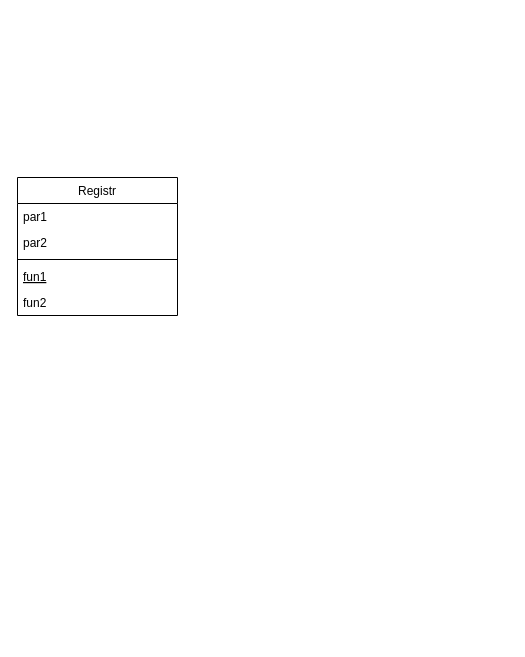
Earlier version of the draw.io diagram dokumentace/object_diagram.drawio (fiskusk/Synthesizer_control_PC). Source tidied: cells renumbered, new cells numbered last; positions are measured from the earlier drawing's top-left corner, leaving out a move shared by most shapes. Both pictures are drawn from the tidied source at 100%, with x=0, y=0 at pixel (17, 177).
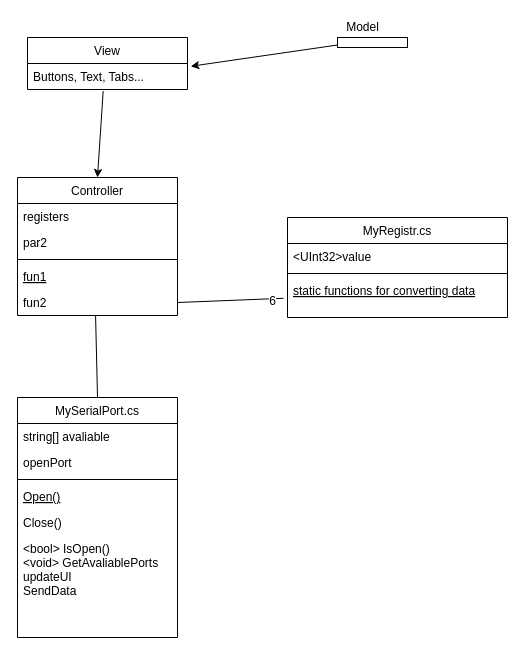
The same page after the edit.

Commit message:
edited object_diag_documentation

Unchanged cells that the change refers to:
```xml
<mxCell id="7" value="fun2" style="text;align=left;verticalAlign=top;spacingLeft=4;spacingRight=4;overflow=hidden;points=[[0,0.5],[1,0.5]];portConstraint=eastwest;" parent="2" vertex="1">
  <mxGeometry y="112" width="160" height="26" as="geometry" />
</mxCell>
```

The edit, as a diff of the source:
```diff
@@
-    <mxCell id="2" value="Registr" style="swimlane;fontStyle=0;align=center;verticalAlign=top;horizontal=1;startSize=26;rounded=0;shadow=0;strokeWidth=1;" parent="1" vertex="1">
+    <mxCell id="2" value="Controller" style="swimlane;fontStyle=0;align=center;verticalAlign=top;horizontal=1;startSize=26;rounded=0;shadow=0;strokeWidth=1;" parent="1" vertex="1">
       <mxGeometry width="160" height="138" as="geometry" />
     </mxCell>
-    <mxCell id="3" value="par1" style="text;align=left;verticalAlign=top;spacingLeft=4;spacingRight=4;overflow=hidden;" parent="2" vertex="1">
+    <mxCell id="3" value="registers" style="text;align=left;verticalAlign=top;spacingLeft=4;spacingRight=4;overflow=hidden;" parent="2" vertex="1">
       <mxGeometry y="26" width="160" height="26" as="geometry" />
     </mxCell>
@@
+    <mxCell id="8" value="View" style="swimlane;fontStyle=0;align=center;verticalAlign=top;horizontal=1;startSize=26;rounded=0;shadow=0;strokeWidth=1;" parent="1" vertex="1">
+      <mxGeometry x="10" y="-140" width="160" height="52" as="geometry" />
+    </mxCell>
+    <mxCell id="9" value="Buttons, Text, Tabs..." style="text;align=left;verticalAlign=top;spacingLeft=4;spacingRight=4;overflow=hidden;points=[[0,0.5],[1,0.5]];portConstraint=eastwest;" parent="8" vertex="1">
+      <mxGeometry y="26" width="160" height="26" as="geometry" />
+    </mxCell>
+    <mxCell id="10" style="endArrow=classic;html=1;exitX=0.473;exitY=1.062;exitDx=0;exitDy=0;exitPerimeter=0;entryX=0.5;entryY=0;entryDx=0;entryDy=0;" parent="1" edge="1" source="9" target="2">
+      <mxGeometry relative="1" as="geometry" />
+    </mxCell>
+    <mxCell id="11" style="rounded=0;whiteSpace=wrap;html=1;" parent="1" vertex="1">
+      <mxGeometry x="320" y="-140" width="70" height="10" as="geometry" />
+    </mxCell>
+    <mxCell id="12" value="Model" style="text;html=1;align=center;verticalAlign=middle;" parent="1" vertex="1">
+      <mxGeometry x="320" y="-160" width="50" height="20" as="geometry" />
+    </mxCell>
+    <mxCell id="13" style="endArrow=classic;html=1;entryX=1.02;entryY=0.108;entryDx=0;entryDy=0;entryPerimeter=0;exitX=0;exitY=0.75;exitDx=0;exitDy=0;" parent="1" edge="1" source="11" target="9">
+      <mxGeometry relative="1" as="geometry" />
+    </mxCell>
+    <mxCell id="14" value="MyRegistr.cs&#10;" style="swimlane;fontStyle=0;align=center;verticalAlign=top;horizontal=1;startSize=26;rounded=0;shadow=0;strokeWidth=1;" parent="1" vertex="1">
+      <mxGeometry x="270" y="40" width="220" height="100" as="geometry" />
+    </mxCell>
+    <mxCell id="15" value="&lt;UInt32&gt;value" style="text;align=left;verticalAlign=top;spacingLeft=4;spacingRight=4;overflow=hidden;" parent="14" vertex="1">
+      <mxGeometry y="26" width="220" height="26" as="geometry" />
+    </mxCell>
+    <mxCell id="16" style="line;html=1;strokeWidth=1;align=left;verticalAlign=middle;spacingTop=-1;spacingLeft=3;spacingRight=3;labelPosition=right;" parent="14" vertex="1">
+      <mxGeometry y="52" width="220" height="8" as="geometry" />
+    </mxCell>
+    <mxCell id="17" value="static functions for converting data" style="text;align=left;verticalAlign=top;spacingLeft=4;spacingRight=4;overflow=hidden;points=[[0,0.5],[1,0.5]];portConstraint=eastwest;fontStyle=4;" parent="14" vertex="1">
+      <mxGeometry y="60" width="220" height="26" as="geometry" />
+    </mxCell>
+    <mxCell id="18" style="endArrow=none;html=1;entryX=1;entryY=0.5;entryDx=0;entryDy=0;exitX=-0.018;exitY=0.8;exitDx=0;exitDy=0;exitPerimeter=0;" parent="1" edge="1" source="17" target="7">
+      <mxGeometry relative="1" as="geometry" />
+    </mxCell>
+    <mxCell id="19" value="6" style="text;html=1;align=center;verticalAlign=middle;labelBackgroundColor=#ffffff;" parent="18" vertex="1">
+      <mxGeometry x="-0.77" y="2" relative="1" as="geometry" />
+    </mxCell>
+    <mxCell id="20" value="MySerialPort.cs" style="swimlane;fontStyle=0;align=center;verticalAlign=top;horizontal=1;startSize=26;rounded=0;shadow=0;strokeWidth=1;" parent="1" vertex="1">
+      <mxGeometry y="220" width="160" height="240" as="geometry" />
+    </mxCell>
+    <mxCell id="21" value="string[] avaliable" style="text;align=left;verticalAlign=top;spacingLeft=4;spacingRight=4;overflow=hidden;" parent="20" vertex="1">
+      <mxGeometry y="26" width="160" height="26" as="geometry" />
+    </mxCell>
+    <mxCell id="22" value="openPort" style="text;align=left;verticalAlign=top;spacingLeft=4;spacingRight=4;overflow=hidden;rounded=0;shadow=0;html=0;" parent="20" vertex="1">
+      <mxGeometry y="52" width="160" height="26" as="geometry" />
+    </mxCell>
+    <mxCell id="23" style="line;html=1;strokeWidth=1;align=left;verticalAlign=middle;spacingTop=-1;spacingLeft=3;spacingRight=3;labelPosition=right;" parent="20" vertex="1">
+      <mxGeometry y="78" width="160" height="8" as="geometry" />
+    </mxCell>
+    <mxCell id="24" value="Open()" style="text;align=left;verticalAlign=top;spacingLeft=4;spacingRight=4;overflow=hidden;fontStyle=4;" parent="20" vertex="1">
+      <mxGeometry y="86" width="160" height="26" as="geometry" />
+    </mxCell>
+    <mxCell id="25" value="Close()" style="text;align=left;verticalAlign=top;spacingLeft=4;spacingRight=4;overflow=hidden;" parent="20" vertex="1">
+      <mxGeometry y="112" width="160" height="26" as="geometry" />
+    </mxCell>
+    <mxCell id="26" value="&lt;bool&gt; IsOpen()&#10;&lt;void&gt; GetAvaliablePorts&#10;updateUI&#10;SendData" style="text;align=left;verticalAlign=top;spacingLeft=4;spacingRight=4;overflow=hidden;" parent="20" vertex="1">
+      <mxGeometry y="138" width="160" height="102" as="geometry" />
+    </mxCell>
+    <mxCell id="27" style="endArrow=none;html=1;entryX=0.488;entryY=1.015;entryDx=0;entryDy=0;entryPerimeter=0;exitX=0.5;exitY=0;exitDx=0;exitDy=0;" parent="1" edge="1" source="20" target="7">
+      <mxGeometry relative="1" as="geometry" />
+    </mxCell>
```
